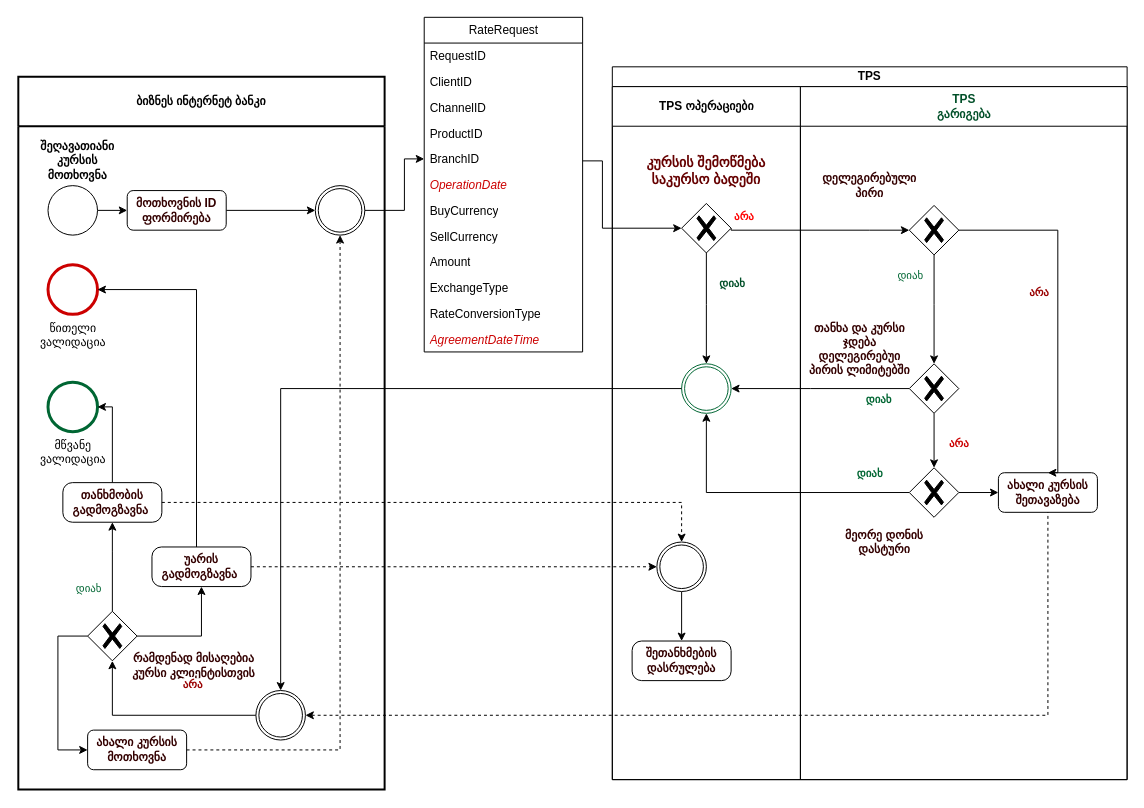
Above: page "შეღავათიანიi კურსზე შეთანხმება" (1 of 4) of RateDealProcessDiagram.drawio in vaso514d/drawio (draw.io), before the change. Source tidied: cells renumbered, new cells numbered last; positions are measured from the earlier drawing's top-left corner, leaving out a move shared by most shapes. Both pictures are drawn from the tidied source at 99%, with x=0, y=0 at pixel (18, 17).
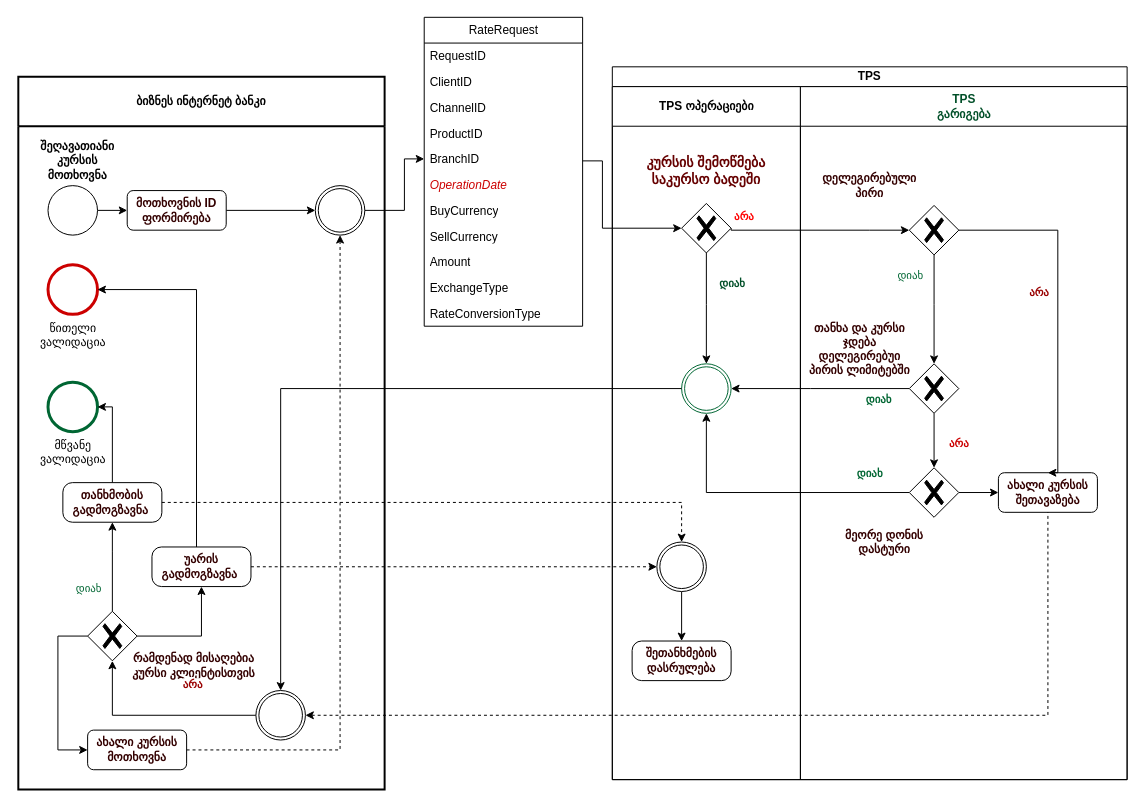
Above is the later version.

Diff of the diagram source:
```diff
@@
     <mxCell id="59" value="RateRequest" style="swimlane;fontStyle=0;horizontal=1;startSize=26;fillColor=none;html=1;fontColor=#000000;" parent="1" vertex="1">
-      <mxGeometry x="410" width="160" height="338" as="geometry" />
+      <mxGeometry x="410" width="160" height="312" as="geometry" />
     </mxCell>
@@
-    <mxCell id="71" value="AgreementDateTime" style="text;strokeColor=none;fillColor=none;align=left;verticalAlign=top;spacingLeft=4;spacingRight=4;overflow=hidden;whiteSpace=wrap;html=1;fontColor=#CC0000;fontStyle=2;" parent="59" vertex="1">
-      <mxGeometry y="312" width="160" height="26" as="geometry" />
-    </mxCell>
```
